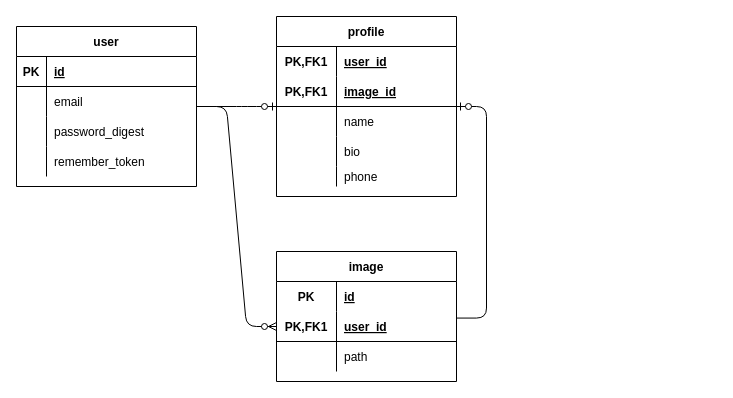
This is er.dio from shun0918/rails7-test, a draw.io file, before an edit. Source tidied: cells renumbered, new cells numbered last; positions are measured from the earlier drawing's top-left corner, leaving out a move shared by most shapes. Both pictures are drawn from the tidied source at 100%, with x=0, y=0 at pixel (16, 16).
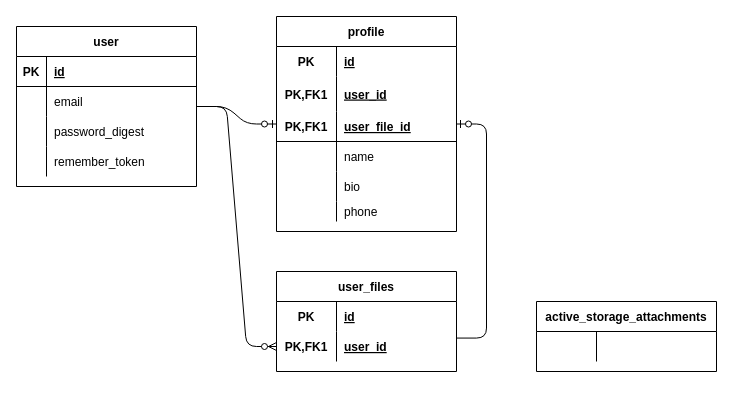
The same diagram, later.

Unchanged cells that the change refers to:
```xml
<mxCell id="16" style="shape=partialRectangle;fillColor=none;top=0;left=0;bottom=0;right=0;" parent="15" vertex="1">
  <mxGeometry y="30" width="180" height="30" as="geometry" />
</mxCell>
```

Change to the diagram source:
```diff
@@
     <mxCell id="15" value="profile" style="shape=table;startSize=30;childLayout=tableLayout;rowLines=0;fontStyle=1;align=center;" parent="1" vertex="1">
-      <mxGeometry x="260" width="180" height="180" as="geometry" />
+      <mxGeometry x="260" width="180" height="215" as="geometry" />
     </mxCell>
@@
-    <mxCell id="17" value="PK,FK1" style="shape=partialRectangle;fillColor=none;top=0;left=0;bottom=0;right=0;fontStyle=1;overflow=hidden;" parent="16" vertex="1">
+    <mxCell id="17" value="PK" style="shape=partialRectangle;fillColor=none;top=0;left=0;bottom=0;right=0;fontStyle=1;overflow=hidden;" parent="16" vertex="1">
       <mxGeometry width="60" height="30" as="geometry" />
     </mxCell>
-    <mxCell id="18" value="user_id" style="shape=partialRectangle;fillColor=none;top=0;left=0;bottom=0;right=0;align=left;spacingLeft=6;fontStyle=5;overflow=hidden;" parent="16" vertex="1">
+    <mxCell id="18" value="id" style="shape=partialRectangle;fillColor=none;top=0;left=0;bottom=0;right=0;align=left;spacingLeft=6;fontStyle=5;overflow=hidden;" parent="16" vertex="1">
       <mxGeometry x="60" width="120" height="30" as="geometry" />
     </mxCell>
-    <mxCell id="19" style="shape=partialRectangle;fillColor=none;top=0;left=0;bottom=1;right=0;" parent="15" vertex="1">
-      <mxGeometry y="60" width="180" height="30" as="geometry" />
+    <mxCell id="19" style="shape=partialRectangle;fillColor=none;top=0;left=0;bottom=1;right=0;strokeColor=none;" parent="15" vertex="1">
+      <mxGeometry y="60" width="180" height="35" as="geometry" />
     </mxCell>
     <mxCell id="20" value="PK,FK1" style="shape=partialRectangle;fillColor=none;top=0;left=0;bottom=0;right=0;fontStyle=1;overflow=hidden;" parent="19" vertex="1">
-      <mxGeometry width="60" height="30" as="geometry" />
+      <mxGeometry width="60" height="35" as="geometry" />
     </mxCell>
-    <mxCell id="21" value="image_id" style="shape=partialRectangle;fillColor=none;top=0;left=0;bottom=0;right=0;align=left;spacingLeft=6;fontStyle=5;overflow=hidden;" parent="19" vertex="1">
-      <mxGeometry x="60" width="120" height="30" as="geometry" />
+    <mxCell id="21" value="user_id" style="shape=partialRectangle;fillColor=none;top=0;left=0;bottom=0;right=0;align=left;spacingLeft=6;fontStyle=5;overflow=hidden;strokeColor=default;" parent="19" vertex="1">
+      <mxGeometry x="60" width="120" height="35" as="geometry" />
     </mxCell>
+    <mxCell id="44" style="shape=partialRectangle;fillColor=none;top=0;left=0;bottom=1;right=0;" parent="15" vertex="1">
+      <mxGeometry y="95" width="180" height="30" as="geometry" />
+    </mxCell>
+    <mxCell id="45" value="PK,FK1" style="shape=partialRectangle;fillColor=none;top=0;left=0;bottom=0;right=0;fontStyle=1;overflow=hidden;" parent="44" vertex="1">
+      <mxGeometry width="60" height="30" as="geometry" />
+    </mxCell>
+    <mxCell id="46" value="user_file_id" style="shape=partialRectangle;fillColor=none;top=0;left=0;bottom=0;right=0;align=left;spacingLeft=6;fontStyle=5;overflow=hidden;" parent="44" vertex="1">
+      <mxGeometry x="60" width="120" height="30" as="geometry" />
+    </mxCell>
     <mxCell id="22" style="shape=partialRectangle;fillColor=none;top=0;left=0;bottom=0;right=0;" parent="15" vertex="1">
-      <mxGeometry y="90" width="180" height="30" as="geometry" />
+      <mxGeometry y="125" width="180" height="30" as="geometry" />
     </mxCell>
@@
     <mxCell id="25" style="shape=partialRectangle;fillColor=none;top=0;left=0;bottom=0;right=0;" parent="15" vertex="1">
-      <mxGeometry y="120" width="180" height="30" as="geometry" />
+      <mxGeometry y="155" width="180" height="30" as="geometry" />
     </mxCell>
@@
     <mxCell id="28" style="shape=partialRectangle;fillColor=none;top=0;left=0;bottom=0;right=0;" parent="15" vertex="1">
-      <mxGeometry y="150" width="180" height="20" as="geometry" />
+      <mxGeometry y="185" width="180" height="20" as="geometry" />
     </mxCell>
@@
-    <mxCell id="33" value="image" style="shape=table;startSize=30;childLayout=tableLayout;rowLines=0;fontStyle=1;align=center;" parent="1" vertex="1">
-      <mxGeometry x="260" y="235" width="180" height="130" as="geometry" />
+    <mxCell id="33" value="user_files" style="shape=table;startSize=30;childLayout=tableLayout;rowLines=0;fontStyle=1;align=center;" parent="1" vertex="1">
+      <mxGeometry x="260" y="255" width="180" height="100" as="geometry" />
     </mxCell>
@@
-    <mxCell id="37" style="shape=partialRectangle;fillColor=none;top=0;left=0;bottom=1;right=0;points=[[0,0.5],[1,0.5]];portConstraint=eastwest;" parent="33" vertex="1">
+    <mxCell id="37" style="shape=partialRectangle;fillColor=none;top=0;left=0;bottom=1;right=0;points=[[0,0.5],[1,0.5]];portConstraint=eastwest;strokeColor=none;" parent="33" vertex="1">
       <mxGeometry y="60" width="180" height="30" as="geometry" />
     </mxCell>
@@
-    <mxCell id="40" style="shape=partialRectangle;fillColor=none;top=0;left=0;bottom=0;right=0;" parent="33" vertex="1">
-      <mxGeometry y="90" width="180" height="30" as="geometry" />
-    </mxCell>
-    <mxCell id="41" style="shape=partialRectangle;fillColor=none;top=0;left=0;bottom=0;right=0;overflow=hidden;" parent="40" vertex="1">
-      <mxGeometry width="60" height="30" as="geometry" />
-    </mxCell>
-    <mxCell id="42" value="path" style="shape=partialRectangle;fillColor=none;top=0;left=0;bottom=0;right=0;align=left;spacingLeft=6;overflow=hidden;" parent="40" vertex="1">
-      <mxGeometry x="60" width="120" height="30" as="geometry" />
-    </mxCell>
@@
+    <mxCell id="47" value="active_storage_attachments" style="shape=table;startSize=30;childLayout=tableLayout;rowLines=0;fontStyle=1;align=center;" parent="1" vertex="1">
+      <mxGeometry x="520" y="285" width="180" height="70" as="geometry" />
+    </mxCell>
+    <mxCell id="48" style="shape=partialRectangle;fillColor=none;top=0;left=0;bottom=1;right=0;strokeColor=none;" parent="47" vertex="1">
+      <mxGeometry y="30" width="180" height="30" as="geometry" />
+    </mxCell>
+    <mxCell id="49" style="shape=partialRectangle;fillColor=none;top=0;left=0;bottom=0;right=0;fontStyle=1;overflow=hidden;" parent="48" vertex="1">
+      <mxGeometry width="60" height="30" as="geometry" />
+    </mxCell>
+    <mxCell id="50" style="shape=partialRectangle;fillColor=none;top=0;left=0;bottom=0;right=0;align=left;spacingLeft=6;fontStyle=5;overflow=hidden;" parent="48" vertex="1">
+      <mxGeometry x="60" width="120" height="30" as="geometry" />
+    </mxCell>
```
